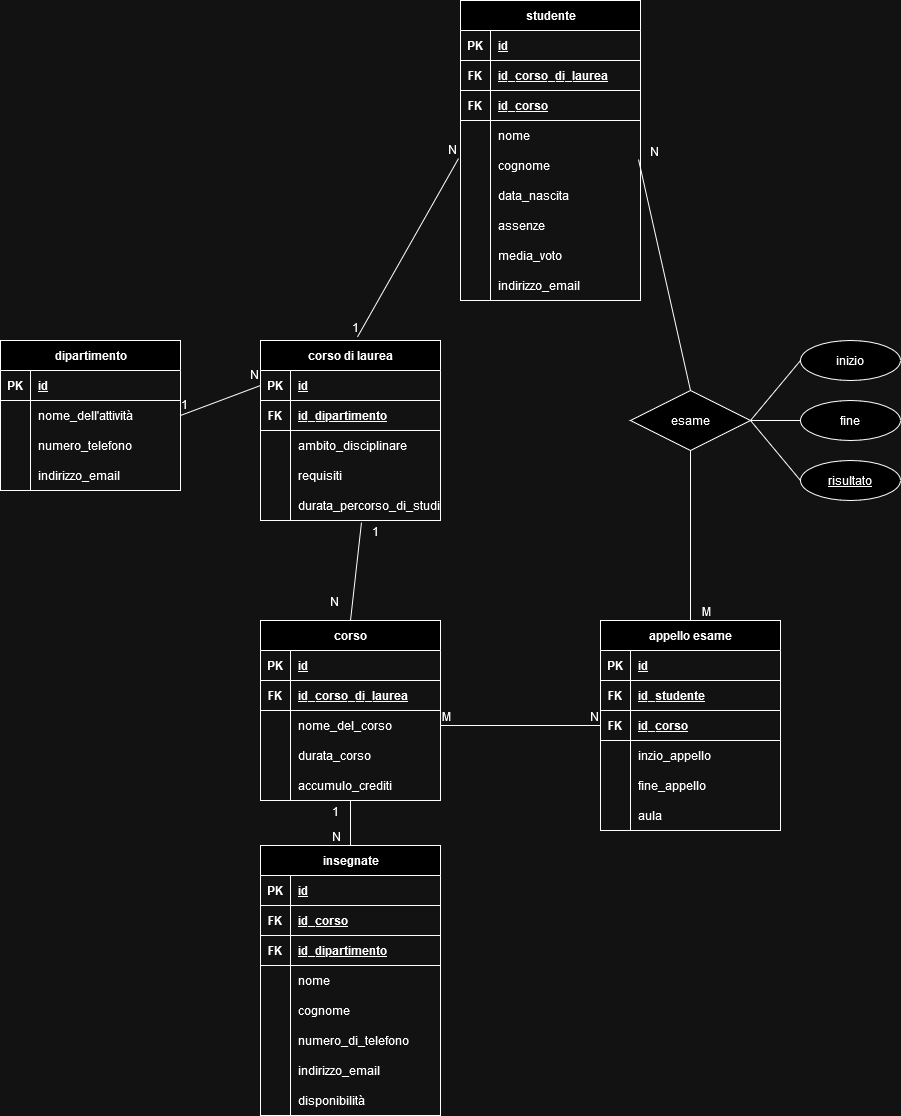
Earlier version of the draw.io export Database università.drawio.png (Pepesalezucchero/db-university). Source tidied: cells renumbered, new cells last; positions are measured from the earlier drawing's top-left corner, leaving out a move shared by most shapes.
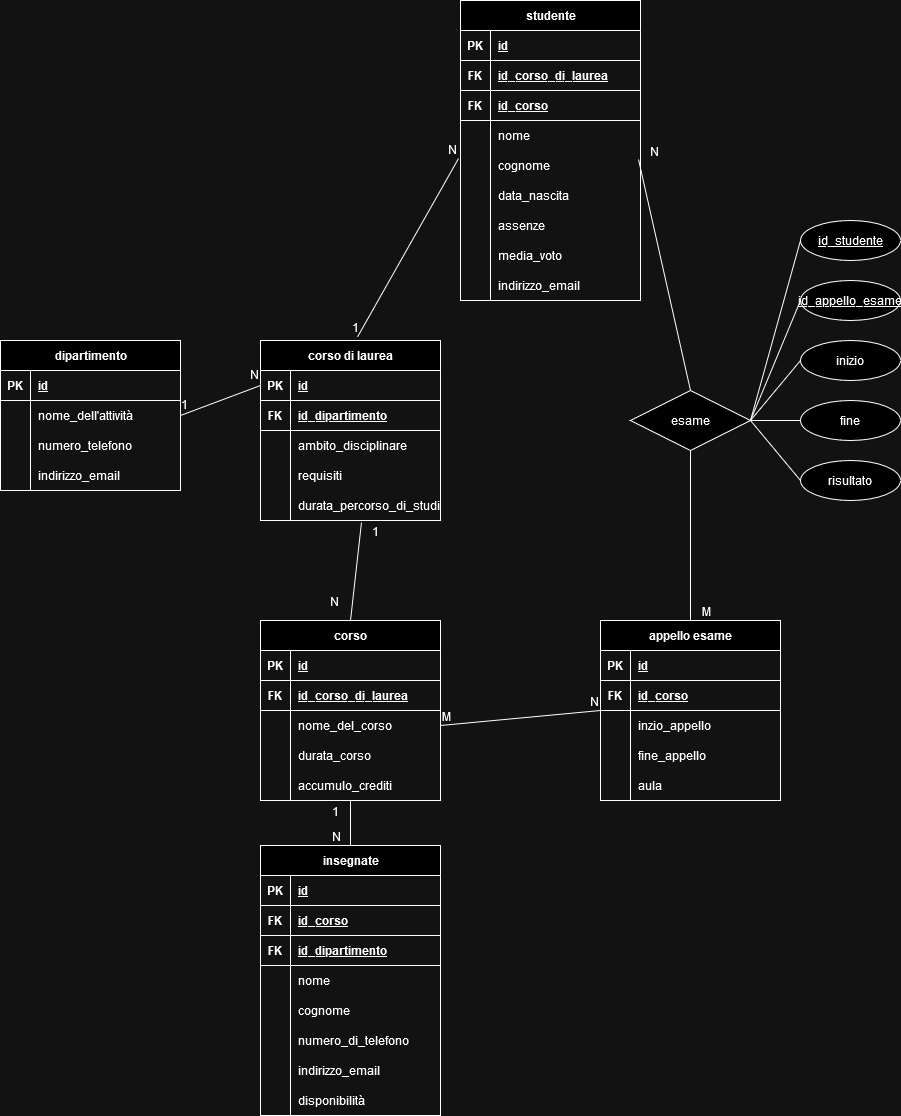
After the change.

Change to the diagram source:
```diff
@@ -364,8 +364,8 @@
     <mxCell id="117" style="endArrow=none;html=1;rounded=0;entryX=0;entryY=0.5;entryDx=0;entryDy=0;exitX=1;exitY=0.5;exitDx=0;exitDy=0;" parent="1" edge="1" source="113" target="115">
       <mxGeometry relative="1" as="geometry" />
     </mxCell>
-    <mxCell id="118" value="risultato" style="ellipse;whiteSpace=wrap;html=1;align=center;fontStyle=4;" parent="1" vertex="1">
-      <mxGeometry x="800" y="460" width="100" height="40" as="geometry" />
+    <mxCell id="118" value="id_appello_esame" style="ellipse;whiteSpace=wrap;html=1;align=center;fontStyle=4;" parent="1" vertex="1">
+      <mxGeometry x="800" y="280" width="100" height="40" as="geometry" />
     </mxCell>
     <mxCell id="119" style="endArrow=none;html=1;rounded=0;entryX=0;entryY=0.5;entryDx=0;entryDy=0;exitX=1;exitY=0.5;exitDx=0;exitDy=0;" parent="1" edge="1" source="113" target="118">
       <mxGeometry relative="1" as="geometry" />
@@ -384,7 +384,7 @@
       </mxGeometry>
     </mxCell>
     <mxCell id="123" value="appello esame" style="shape=table;startSize=30;rowLines=0;fontStyle=1;align=center;html=1;" parent="1" vertex="1">
-      <mxGeometry x="600" y="620" width="180" height="210" as="geometry" />
+      <mxGeometry x="600" y="620" width="180" height="180" as="geometry" />
     </mxCell>
     <mxCell id="124" style="shape=tableRow;horizontal=0;startSize=0;swimlaneHead=0;swimlaneBody=0;fillColor=none;top=0;left=0;right=0;bottom=1;" parent="123" vertex="1">
       <mxGeometry y="30" width="180" height="30" as="geometry" />
@@ -395,17 +395,8 @@
     <mxCell id="126" value="id" style="shape=partialRectangle;fillColor=none;top=0;left=0;bottom=0;right=0;align=left;spacingLeft=6;fontStyle=5;overflow=hidden;whiteSpace=wrap;html=1;" parent="124" vertex="1">
       <mxGeometry x="30" width="150" height="30" as="geometry" />
     </mxCell>
-    <mxCell id="127" style="shape=tableRow;horizontal=0;startSize=0;swimlaneHead=0;swimlaneBody=0;fillColor=none;top=0;left=0;right=0;bottom=1;" parent="123" vertex="1">
-      <mxGeometry y="60" width="180" height="30" as="geometry" />
-    </mxCell>
-    <mxCell id="128" value="FK" style="shape=partialRectangle;fillColor=none;top=0;left=0;bottom=0;right=0;fontStyle=1;overflow=hidden;whiteSpace=wrap;html=1;" parent="127" vertex="1">
-      <mxGeometry width="30" height="30" as="geometry" />
-    </mxCell>
-    <mxCell id="129" value="id_studente" style="shape=partialRectangle;fillColor=none;top=0;left=0;bottom=0;right=0;align=left;spacingLeft=6;fontStyle=5;overflow=hidden;whiteSpace=wrap;html=1;" parent="127" vertex="1">
-      <mxGeometry x="30" width="150" height="30" as="geometry" />
-    </mxCell>
     <mxCell id="130" style="shape=tableRow;horizontal=0;startSize=0;swimlaneHead=0;swimlaneBody=0;fillColor=none;top=0;left=0;right=0;bottom=1;" parent="123" vertex="1">
-      <mxGeometry y="90" width="180" height="30" as="geometry" />
+      <mxGeometry y="60" width="180" height="30" as="geometry" />
     </mxCell>
     <mxCell id="131" value="FK" style="shape=partialRectangle;fillColor=none;top=0;left=0;bottom=0;right=0;fontStyle=1;overflow=hidden;whiteSpace=wrap;html=1;" parent="130" vertex="1">
       <mxGeometry width="30" height="30" as="geometry" />
@@ -414,7 +405,7 @@
       <mxGeometry x="30" width="150" height="30" as="geometry" />
     </mxCell>
     <mxCell id="133" style="shape=tableRow;horizontal=0;startSize=0;swimlaneHead=0;swimlaneBody=0;fillColor=none;top=0;left=0;right=0;bottom=0;" parent="123" vertex="1">
-      <mxGeometry y="120" width="180" height="30" as="geometry" />
+      <mxGeometry y="90" width="180" height="30" as="geometry" />
     </mxCell>
     <mxCell id="134" style="shape=partialRectangle;fillColor=none;top=0;left=0;bottom=0;right=0;overflow=hidden;whiteSpace=wrap;html=1;" parent="133" vertex="1">
       <mxGeometry width="30" height="30" as="geometry" />
@@ -423,7 +414,7 @@
       <mxGeometry x="30" width="150" height="30" as="geometry" />
     </mxCell>
     <mxCell id="136" style="shape=tableRow;horizontal=0;startSize=0;swimlaneHead=0;swimlaneBody=0;fillColor=none;top=0;left=0;right=0;bottom=0;" parent="123" vertex="1">
-      <mxGeometry y="150" width="180" height="30" as="geometry" />
+      <mxGeometry y="120" width="180" height="30" as="geometry" />
     </mxCell>
     <mxCell id="137" style="shape=partialRectangle;fillColor=none;top=0;left=0;bottom=0;right=0;overflow=hidden;whiteSpace=wrap;html=1;" parent="136" vertex="1">
       <mxGeometry width="30" height="30" as="geometry" />
@@ -432,7 +423,7 @@
       <mxGeometry x="30" width="150" height="30" as="geometry" />
     </mxCell>
     <mxCell id="139" style="shape=tableRow;horizontal=0;startSize=0;swimlaneHead=0;swimlaneBody=0;fillColor=none;top=0;left=0;right=0;bottom=0;" parent="123" vertex="1">
-      <mxGeometry y="180" width="180" height="30" as="geometry" />
+      <mxGeometry y="150" width="180" height="30" as="geometry" />
     </mxCell>
     <mxCell id="140" style="shape=partialRectangle;fillColor=none;top=0;left=0;bottom=0;right=0;overflow=hidden;whiteSpace=wrap;html=1;" parent="139" vertex="1">
       <mxGeometry width="30" height="30" as="geometry" />
@@ -449,5 +440,19 @@
     <mxCell id="144" value="N" style="html=1;whiteSpace=wrap;align=right;verticalAlign=bottom;" parent="142" vertex="1">
       <mxGeometry x="1" relative="1" as="geometry" />
     </mxCell>
+    <mxCell id="145" value="risultato" style="ellipse;whiteSpace=wrap;html=1;align=center;" parent="1" vertex="1">
+      <mxGeometry x="800" y="460" width="100" height="40" as="geometry" />
+    </mxCell>
+    <mxCell id="129" value="id_studente" style="ellipse;whiteSpace=wrap;html=1;align=center;fontStyle=4;" parent="1" vertex="1">
+      <mxGeometry x="800" y="220" width="100" height="40" as="geometry" />
+    </mxCell>
+    <mxCell id="146" style="endArrow=none;html=1;rounded=0;entryX=0;entryY=0.5;entryDx=0;entryDy=0;exitX=1;exitY=0.5;exitDx=0;exitDy=0;" parent="1" edge="1" source="113" target="129">
+      <mxGeometry relative="1" as="geometry" />
+    </mxCell>
+    <mxCell id="147" style="endArrow=none;html=1;rounded=0;entryX=0;entryY=0.5;entryDx=0;entryDy=0;" parent="1" edge="1" target="145">
+      <mxGeometry relative="1" as="geometry">
+        <mxPoint x="750" y="420" as="sourcePoint" />
+      </mxGeometry>
+    </mxCell>
   </root>
 </mxGraphModel>
```
